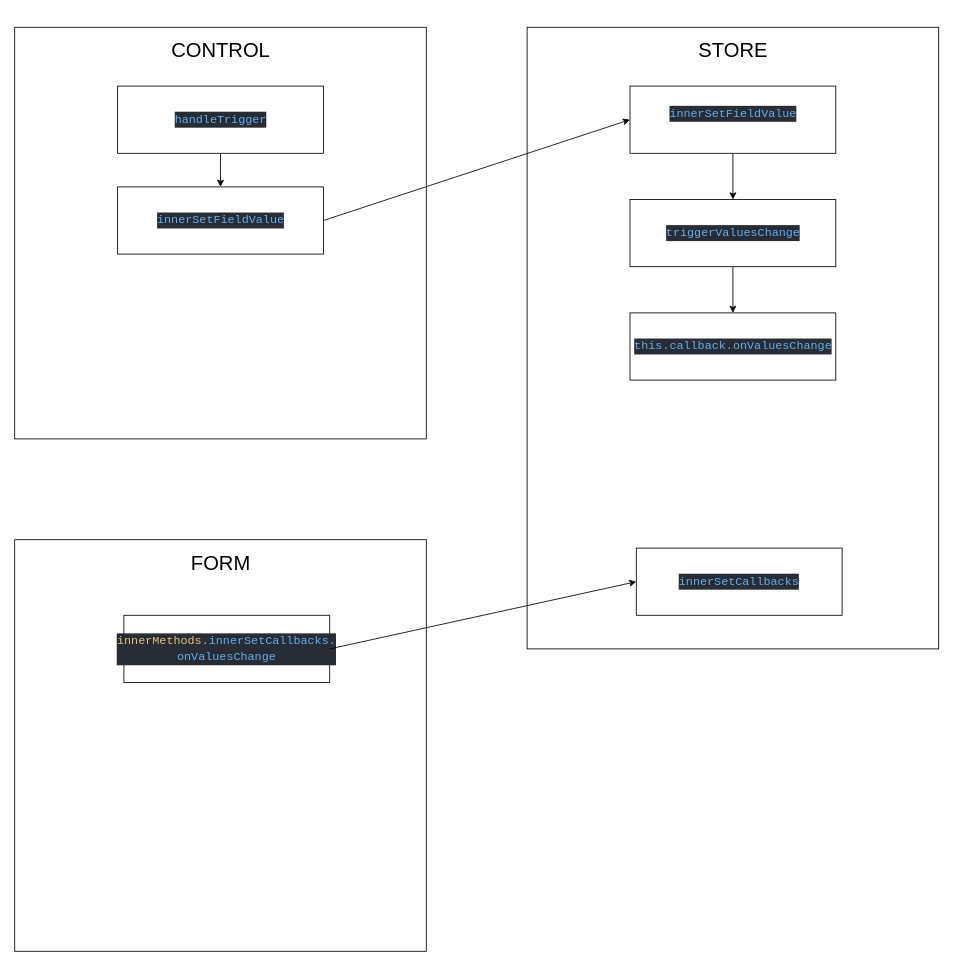
This is page "getCoreRowModule" (1 of 2) of stories/table.drawio from chrislol98/dildo-design, a draw.io file, before an edit. Source tidied: cells renumbered, new cells numbered last; positions are measured from the earlier drawing's top-left corner, leaving out a move shared by most shapes. Both pictures are drawn from the tidied source at 84%, with x=0, y=0 at pixel (14, 27).
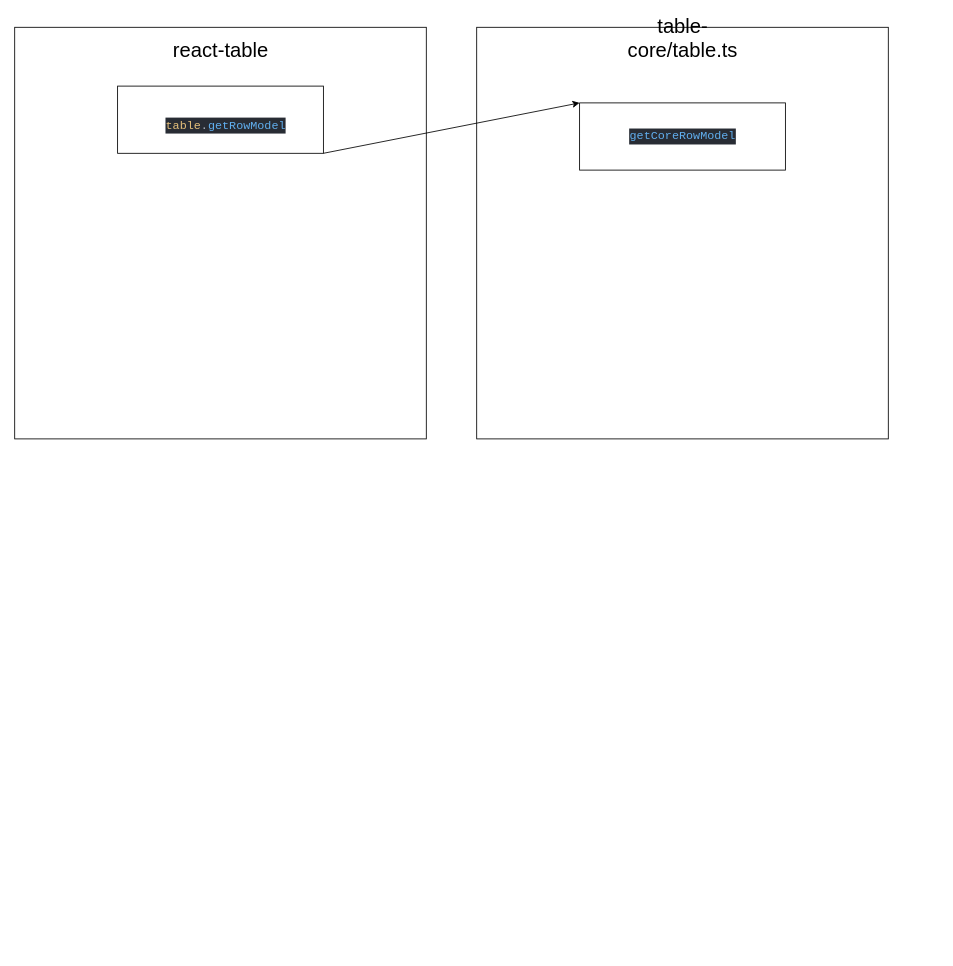
Above is the later version.

The change refers to these unchanged cells:
```xml
<mxCell id="6" style="group;" parent="1" vertex="1">
  <mxGeometry width="490" height="490" as="geometry" />
</mxCell>
<mxCell id="9" value="&lt;div style=&quot;color: rgb(171, 178, 191); background-color: rgb(40, 44, 52); font-family: Consolas, &amp;quot;Courier New&amp;quot;, monospace; font-size: 14px; line-height: 19px;&quot;&gt;&lt;div style=&quot;line-height: 19px;&quot;&gt;&lt;br&gt;&lt;/div&gt;&lt;/div&gt;" style="rounded=0;whiteSpace=wrap;html=1;strokeColor=default;fontFamily=Helvetica;fontSize=12;fontColor=default;fillColor=default;" parent="6" vertex="1">
  <mxGeometry x="122.5" y="70" width="245" height="80" as="geometry" />
</mxCell>
```

The edit, as a diff of the source:
```diff
@@
-    <mxCell id="2" style="group;" parent="1" vertex="1">
-      <mxGeometry y="610" width="490" height="490" as="geometry" />
-    </mxCell>
-    <mxCell id="3" style="rounded=0;whiteSpace=wrap;html=1;strokeColor=default;fontFamily=Helvetica;fontSize=12;fontColor=default;fillColor=default;" parent="2" vertex="1">
-      <mxGeometry width="490" height="490" as="geometry" />
-    </mxCell>
-    <mxCell id="4" value="&lt;span style=&quot;font-size: 24px;&quot;&gt;FORM&lt;br&gt;&lt;/span&gt;" style="text;html=1;strokeColor=none;fillColor=none;align=center;verticalAlign=middle;whiteSpace=wrap;rounded=0;fontFamily=Helvetica;fontSize=12;fontColor=default;" parent="2" vertex="1">
-      <mxGeometry x="183.8" y="15.7" width="122.5" height="23.6" as="geometry" />
-    </mxCell>
-    <mxCell id="5" value="&lt;div style=&quot;color: rgb(171, 178, 191); background-color: rgb(40, 44, 52); font-family: Consolas, &amp;quot;Courier New&amp;quot;, monospace; font-size: 14px; line-height: 19px;&quot;&gt;&lt;div style=&quot;line-height: 19px;&quot;&gt;&lt;div style=&quot;line-height: 19px;&quot;&gt;&lt;div style=&quot;line-height: 19px;&quot;&gt;&lt;span style=&quot;color: rgb(229, 192, 123);&quot;&gt;innerMethods&lt;/span&gt;.&lt;span style=&quot;color: rgb(97, 175, 239);&quot;&gt;innerSetCallbacks.&lt;/span&gt;&lt;/div&gt;&lt;div style=&quot;line-height: 19px;&quot;&gt;&lt;div style=&quot;line-height: 19px;&quot;&gt;&lt;span style=&quot;color: rgb(97, 175, 239);&quot;&gt;onValuesChange&lt;/span&gt;&lt;/div&gt;&lt;/div&gt;&lt;/div&gt;&lt;/div&gt;&lt;/div&gt;" style="rounded=0;whiteSpace=wrap;html=1;strokeColor=default;fontFamily=Helvetica;fontSize=12;fontColor=default;fillColor=default;" parent="2" vertex="1">
-      <mxGeometry x="130" y="90" width="245" height="80" as="geometry" />
-    </mxCell>
@@
-    <mxCell id="8" style="edgeStyle=none;html=1;exitX=0.5;exitY=1;exitDx=0;exitDy=0;entryX=0.5;entryY=0;entryDx=0;entryDy=0;fontFamily=Helvetica;fontSize=24;fontColor=default;" parent="6" edge="1" source="9" target="12">
-      <mxGeometry relative="1" as="geometry" />
-    </mxCell>
@@
-    <mxCell id="10" value="&lt;span style=&quot;font-size: 24px;&quot;&gt;CONTROL&lt;br&gt;&lt;/span&gt;" style="text;html=1;strokeColor=none;fillColor=none;align=center;verticalAlign=middle;whiteSpace=wrap;rounded=0;fontFamily=Helvetica;fontSize=12;fontColor=default;" parent="6" vertex="1">
+    <mxCell id="10" value="&lt;span style=&quot;font-size: 24px;&quot;&gt;react-table&lt;br&gt;&lt;/span&gt;" style="text;html=1;strokeColor=none;fillColor=none;align=center;verticalAlign=middle;whiteSpace=wrap;rounded=0;fontFamily=Helvetica;fontSize=12;fontColor=default;" parent="6" vertex="1">
       <mxGeometry x="183.8" y="15.7" width="122.5" height="23.6" as="geometry" />
     </mxCell>
-    <mxCell id="11" value="&lt;div style=&quot;color: rgb(171, 178, 191); background-color: rgb(40, 44, 52); font-family: Consolas, &amp;quot;Courier New&amp;quot;, monospace; font-size: 14px; line-height: 19px;&quot;&gt;&lt;span style=&quot;color: #61afef;&quot;&gt;handleTrigger&lt;/span&gt;&lt;/div&gt;" style="text;html=1;strokeColor=none;fillColor=none;align=center;verticalAlign=middle;whiteSpace=wrap;rounded=0;fontFamily=Helvetica;fontSize=12;fontColor=default;" parent="6" vertex="1">
-      <mxGeometry x="183.8" y="100" width="122.5" height="20" as="geometry" />
+    <mxCell id="11" value="&lt;br&gt;&lt;div style=&quot;color: rgb(171, 178, 191); background-color: rgb(40, 44, 52); font-family: Consolas, &amp;quot;Courier New&amp;quot;, monospace; font-weight: normal; font-size: 14px; line-height: 19px;&quot;&gt;&lt;div&gt;&lt;/div&gt;&lt;/div&gt;&lt;div style=&quot;color: rgb(171, 178, 191); background-color: rgb(40, 44, 52); font-family: Consolas, &amp;quot;Courier New&amp;quot;, monospace; font-size: 14px; line-height: 19px;&quot;&gt;&lt;span style=&quot;color: #e5c07b;&quot;&gt;table&lt;/span&gt;.&lt;span style=&quot;color: #61afef;&quot;&gt;getRowModel&lt;/span&gt;&lt;/div&gt;" style="text;html=1;strokeColor=none;fillColor=none;align=center;verticalAlign=middle;whiteSpace=wrap;rounded=0;fontFamily=Helvetica;fontSize=12;fontColor=default;" parent="6" vertex="1">
+      <mxGeometry x="190" y="100" width="122.5" height="20" as="geometry" />
     </mxCell>
-    <mxCell id="12" value="&lt;div style=&quot;color: rgb(171, 178, 191); background-color: rgb(40, 44, 52); font-family: Consolas, &amp;quot;Courier New&amp;quot;, monospace; font-size: 14px; line-height: 19px;&quot;&gt;&lt;div style=&quot;line-height: 19px;&quot;&gt;&lt;div style=&quot;line-height: 19px;&quot;&gt;&lt;span style=&quot;color: #61afef;&quot;&gt;innerSetFieldValue&lt;/span&gt;&lt;/div&gt;&lt;/div&gt;&lt;/div&gt;" style="rounded=0;whiteSpace=wrap;html=1;strokeColor=default;fontFamily=Helvetica;fontSize=12;fontColor=default;fillColor=default;" parent="6" vertex="1">
-      <mxGeometry x="122.5" y="190" width="245" height="80" as="geometry" />
-    </mxCell>
-    <mxCell id="13" style="group;" parent="1" vertex="1">
-      <mxGeometry x="610" width="490" height="740" as="geometry" />
-    </mxCell>
-    <mxCell id="14" style="rounded=0;whiteSpace=wrap;html=1;strokeColor=default;fontFamily=Helvetica;fontSize=12;fontColor=default;fillColor=default;" parent="13" vertex="1">
-      <mxGeometry width="490" height="740" as="geometry" />
-    </mxCell>
-    <mxCell id="15" style="edgeStyle=none;html=1;exitX=0.5;exitY=1;exitDx=0;exitDy=0;fontFamily=Helvetica;fontSize=24;fontColor=default;" parent="13" edge="1" source="16" target="20">
-      <mxGeometry relative="1" as="geometry" />
-    </mxCell>
-    <mxCell id="16" value="&lt;div style=&quot;color: rgb(171, 178, 191); background-color: rgb(40, 44, 52); font-family: Consolas, &amp;quot;Courier New&amp;quot;, monospace; font-size: 14px; line-height: 19px;&quot;&gt;&lt;div style=&quot;line-height: 19px;&quot;&gt;&lt;br&gt;&lt;/div&gt;&lt;/div&gt;" style="rounded=0;whiteSpace=wrap;html=1;strokeColor=default;fontFamily=Helvetica;fontSize=12;fontColor=default;fillColor=default;" parent="13" vertex="1">
-      <mxGeometry x="122.5" y="70" width="245" height="80" as="geometry" />
-    </mxCell>
-    <mxCell id="17" value="&lt;span style=&quot;font-size: 24px;&quot;&gt;STORE&lt;br&gt;&lt;/span&gt;" style="text;html=1;strokeColor=none;fillColor=none;align=center;verticalAlign=middle;whiteSpace=wrap;rounded=0;fontFamily=Helvetica;fontSize=12;fontColor=default;" parent="13" vertex="1">
-      <mxGeometry x="183.8" y="15.7" width="122.5" height="23.6" as="geometry" />
-    </mxCell>
-    <mxCell id="18" value="&#10;&lt;div style=&quot;color: rgb(171, 178, 191); background-color: rgb(40, 44, 52); font-family: Consolas, &amp;quot;Courier New&amp;quot;, monospace; font-weight: normal; font-size: 14px; line-height: 19px;&quot;&gt;&lt;div&gt;&lt;span style=&quot;color: #61afef;&quot;&gt;innerSetFieldValue&lt;/span&gt;&lt;/div&gt;&lt;/div&gt;&#10;&#10;" style="text;html=1;strokeColor=none;fillColor=none;align=center;verticalAlign=middle;whiteSpace=wrap;rounded=0;fontFamily=Helvetica;fontSize=12;fontColor=default;" parent="13" vertex="1">
-      <mxGeometry x="183.8" y="100" width="122.5" height="20" as="geometry" />
-    </mxCell>
-    <mxCell id="19" style="edgeStyle=none;html=1;exitX=0.5;exitY=1;exitDx=0;exitDy=0;fontFamily=Helvetica;fontSize=24;fontColor=default;" parent="13" edge="1" source="20" target="22">
-      <mxGeometry relative="1" as="geometry" />
+    <mxCell id="19" style="group;" parent="1" vertex="1">
+      <mxGeometry x="550" width="490" height="490" as="geometry" />
     </mxCell>
-    <mxCell id="20" value="&lt;div style=&quot;color: rgb(171, 178, 191); background-color: rgb(40, 44, 52); font-family: Consolas, &amp;quot;Courier New&amp;quot;, monospace; font-size: 14px; line-height: 19px;&quot;&gt;&lt;div style=&quot;line-height: 19px;&quot;&gt;&lt;div style=&quot;line-height: 19px;&quot;&gt;&lt;span style=&quot;color: #61afef;&quot;&gt;triggerValuesChange&lt;/span&gt;&lt;/div&gt;&lt;/div&gt;&lt;/div&gt;" style="rounded=0;whiteSpace=wrap;html=1;strokeColor=default;fontFamily=Helvetica;fontSize=12;fontColor=default;fillColor=default;" parent="13" vertex="1">
-      <mxGeometry x="122.5" y="205" width="245" height="80" as="geometry" />
-    </mxCell>
-    <mxCell id="21" value="&lt;div style=&quot;color: rgb(171, 178, 191); background-color: rgb(40, 44, 52); font-family: Consolas, &amp;quot;Courier New&amp;quot;, monospace; font-size: 14px; line-height: 19px;&quot;&gt;&lt;div style=&quot;line-height: 19px;&quot;&gt;&lt;div style=&quot;line-height: 19px;&quot;&gt;&lt;div style=&quot;line-height: 19px;&quot;&gt;&lt;span style=&quot;color: #61afef;&quot;&gt;innerSetCallbacks&lt;/span&gt;&lt;/div&gt;&lt;/div&gt;&lt;/div&gt;&lt;/div&gt;" style="rounded=0;whiteSpace=wrap;html=1;strokeColor=default;fontFamily=Helvetica;fontSize=12;fontColor=default;fillColor=default;" parent="13" vertex="1">
-      <mxGeometry x="130" y="620" width="245" height="80" as="geometry" />
-    </mxCell>
-    <mxCell id="22" value="&lt;div style=&quot;color: rgb(171, 178, 191); background-color: rgb(40, 44, 52); font-family: Consolas, &amp;quot;Courier New&amp;quot;, monospace; font-size: 14px; line-height: 19px;&quot;&gt;&lt;div style=&quot;line-height: 19px;&quot;&gt;&lt;div style=&quot;line-height: 19px;&quot;&gt;&lt;div style=&quot;line-height: 19px;&quot;&gt;&lt;span style=&quot;color: #61afef;&quot;&gt;this.callback.&lt;/span&gt;&lt;span style=&quot;color: rgb(97, 175, 239);&quot;&gt;onValuesChange&lt;/span&gt;&lt;/div&gt;&lt;/div&gt;&lt;/div&gt;&lt;/div&gt;" style="rounded=0;whiteSpace=wrap;html=1;strokeColor=default;fontFamily=Helvetica;fontSize=12;fontColor=default;fillColor=default;" parent="13" vertex="1">
-      <mxGeometry x="122.5" y="340" width="245" height="80" as="geometry" />
-    </mxCell>
-    <mxCell id="23" style="edgeStyle=none;html=1;exitX=1;exitY=0.5;exitDx=0;exitDy=0;entryX=0;entryY=0.5;entryDx=0;entryDy=0;fontFamily=Helvetica;fontSize=24;fontColor=default;" parent="1" edge="1" source="12" target="16">
-      <mxGeometry relative="1" as="geometry" />
-    </mxCell>
-    <mxCell id="24" style="edgeStyle=none;html=1;exitX=1;exitY=0.5;exitDx=0;exitDy=0;entryX=0;entryY=0.5;entryDx=0;entryDy=0;fontFamily=Helvetica;fontSize=24;fontColor=default;" parent="1" edge="1" source="5" target="21">
-      <mxGeometry relative="1" as="geometry" />
-    </mxCell>
+    <mxCell id="3" style="rounded=0;whiteSpace=wrap;html=1;strokeColor=default;fontFamily=Helvetica;fontSize=12;fontColor=default;fillColor=default;" parent="19" vertex="1">
+      <mxGeometry width="490" height="490" as="geometry" />
+    </mxCell>
+    <mxCell id="25" value="&lt;span style=&quot;font-size: 24px;&quot;&gt;table-core/table.ts&lt;br&gt;&lt;br&gt;&lt;/span&gt;" style="text;html=1;strokeColor=none;fillColor=none;align=center;verticalAlign=middle;whiteSpace=wrap;rounded=0;fontFamily=Helvetica;fontSize=12;fontColor=default;" parent="19" vertex="1">
+      <mxGeometry x="183.8" y="15.7" width="122.5" height="23.6" as="geometry" />
+    </mxCell>
+    <mxCell id="26" value="&lt;div style=&quot;color: rgb(171, 178, 191); background-color: rgb(40, 44, 52); font-family: Consolas, &amp;quot;Courier New&amp;quot;, monospace; font-size: 14px; line-height: 19px;&quot;&gt;&lt;div style=&quot;line-height: 19px;&quot;&gt;&lt;div style=&quot;line-height: 19px;&quot;&gt;&lt;div style=&quot;line-height: 19px;&quot;&gt;&lt;span style=&quot;color: #61afef;&quot;&gt;getCoreRowModel&lt;/span&gt;&lt;/div&gt;&lt;/div&gt;&lt;/div&gt;&lt;/div&gt;" style="rounded=0;whiteSpace=wrap;html=1;strokeColor=default;fontFamily=Helvetica;fontSize=12;fontColor=default;fillColor=default;" parent="19" vertex="1">
+      <mxGeometry x="122.5" y="90" width="245" height="80" as="geometry" />
+    </mxCell>
+    <mxCell id="27" style="edgeStyle=none;html=1;exitX=1;exitY=1;exitDx=0;exitDy=0;entryX=0;entryY=0;entryDx=0;entryDy=0;" parent="1" edge="1" source="9" target="26">
+      <mxGeometry relative="1" as="geometry" />
+    </mxCell>
```
